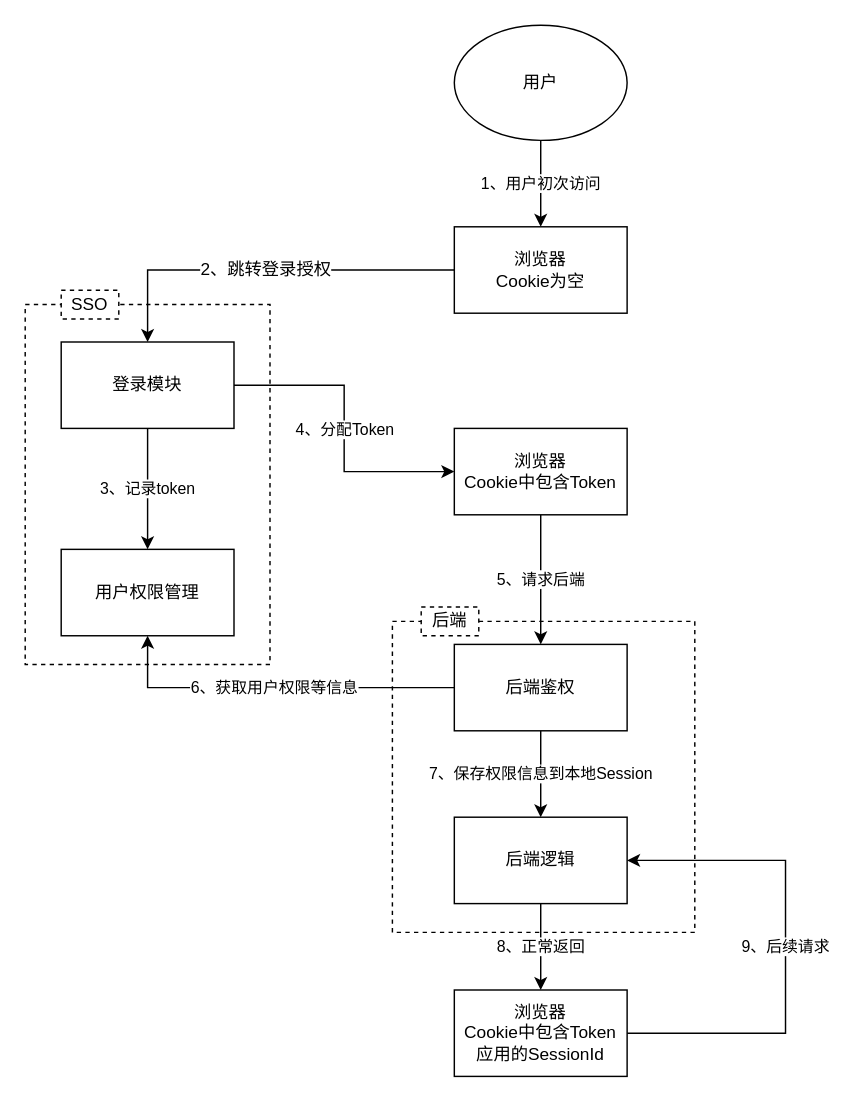
Before: page 1 of 2 of Untitled Diagram.drawio in qsm365/my-diagrams, a draw.io diagram. Source tidied: cells renumbered, new cells numbered last; positions are measured from the earlier drawing's top-left corner, leaving out a move shared by most shapes. Both pictures are drawn from the tidied source at 144%, with x=0, y=0 at pixel (24, 24).
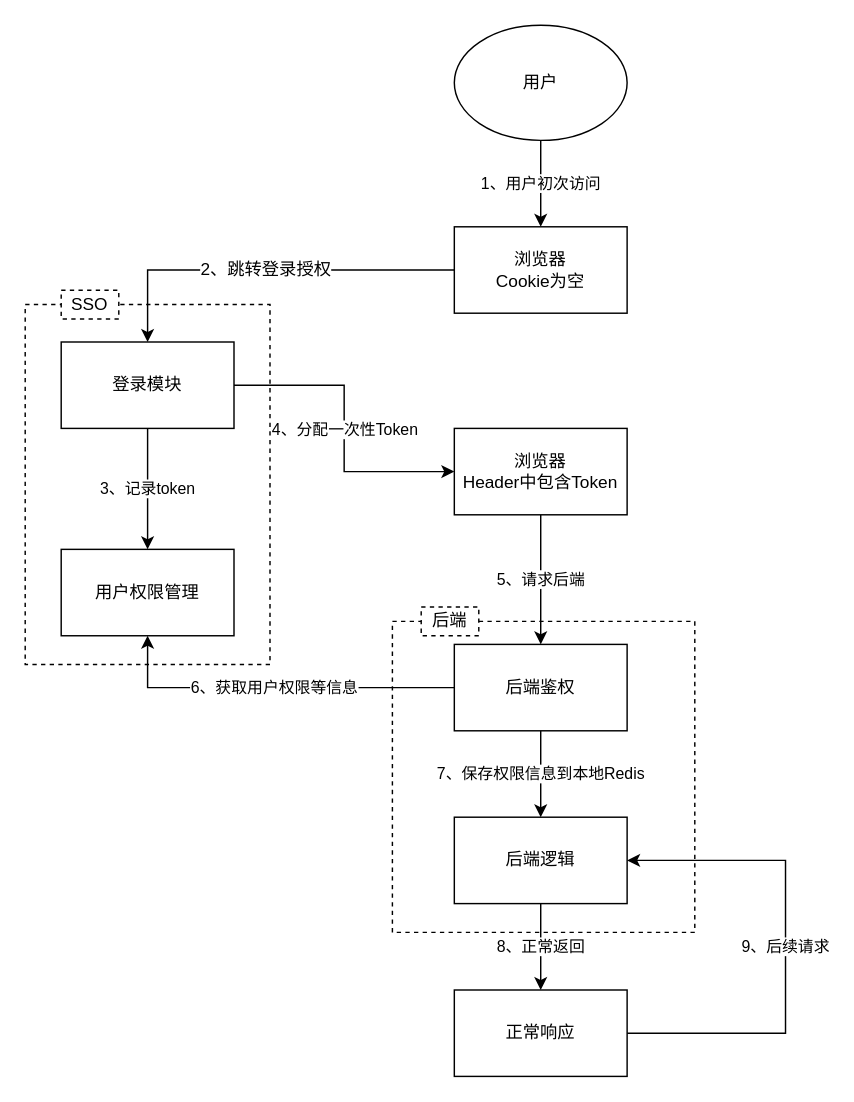
The same diagram, later.

Unchanged cells that the change refers to:
```xml
<mxCell id="6" value="登录模块" style="rounded=0;whiteSpace=wrap;html=1;" parent="1" vertex="1">
  <mxGeometry x="25" y="220" width="120" height="60" as="geometry" />
</mxCell>
<mxCell id="17" value="后端鉴权" style="rounded=0;whiteSpace=wrap;html=1;" parent="1" vertex="1">
  <mxGeometry x="298" y="430" width="120" height="60" as="geometry" />
</mxCell>
<mxCell id="19" value="后端逻辑" style="rounded=0;whiteSpace=wrap;html=1;" parent="1" vertex="1">
  <mxGeometry x="298" y="550" width="120" height="60" as="geometry" />
</mxCell>
```

Change to the diagram source:
```diff
@@
-    <mxCell id="4" value="4、分配Token" style="edgeStyle=orthogonalEdgeStyle;rounded=0;jettySize=auto;html=1;entryX=0;entryY=0.5;entryDx=0;entryDy=0;" parent="1" edge="1" source="6" target="14">
+    <mxCell id="4" value="4、分配一次性Token" style="edgeStyle=orthogonalEdgeStyle;rounded=0;jettySize=auto;html=1;entryX=0;entryY=0.5;entryDx=0;entryDy=0;" parent="1" edge="1" source="6" target="14">
       <mxGeometry relative="1" as="geometry" />
     </mxCell>
@@
-    <mxCell id="14" value="浏览器&lt;br&gt;Cookie中包含Token&lt;br&gt;" style="rounded=0;whiteSpace=wrap;html=1;" parent="1" vertex="1">
+    <mxCell id="14" value="浏览器&lt;br&gt;Header中包含Token" style="rounded=0;whiteSpace=wrap;html=1;" parent="1" vertex="1">
       <mxGeometry x="298" y="280" width="120" height="60" as="geometry" />
     </mxCell>
@@
-    <mxCell id="16" value="7、保存权限信息到本地Session" style="edgeStyle=orthogonalEdgeStyle;rounded=0;jettySize=auto;html=1;" parent="1" edge="1" source="17" target="19">
+    <mxCell id="16" value="7、保存权限信息到本地Redis" style="edgeStyle=orthogonalEdgeStyle;rounded=0;jettySize=auto;html=1;" parent="1" edge="1" source="17" target="19">
       <mxGeometry relative="1" as="geometry" />
     </mxCell>
@@
-    <mxCell id="21" value="浏览器&lt;br&gt;Cookie中包含Token&lt;br&gt;应用的SessionId&lt;br&gt;" style="rounded=0;whiteSpace=wrap;html=1;" parent="1" vertex="1">
+    <mxCell id="21" value="正常响应" style="rounded=0;whiteSpace=wrap;html=1;" parent="1" vertex="1">
       <mxGeometry x="298" y="670" width="120" height="60" as="geometry" />
     </mxCell>
```
